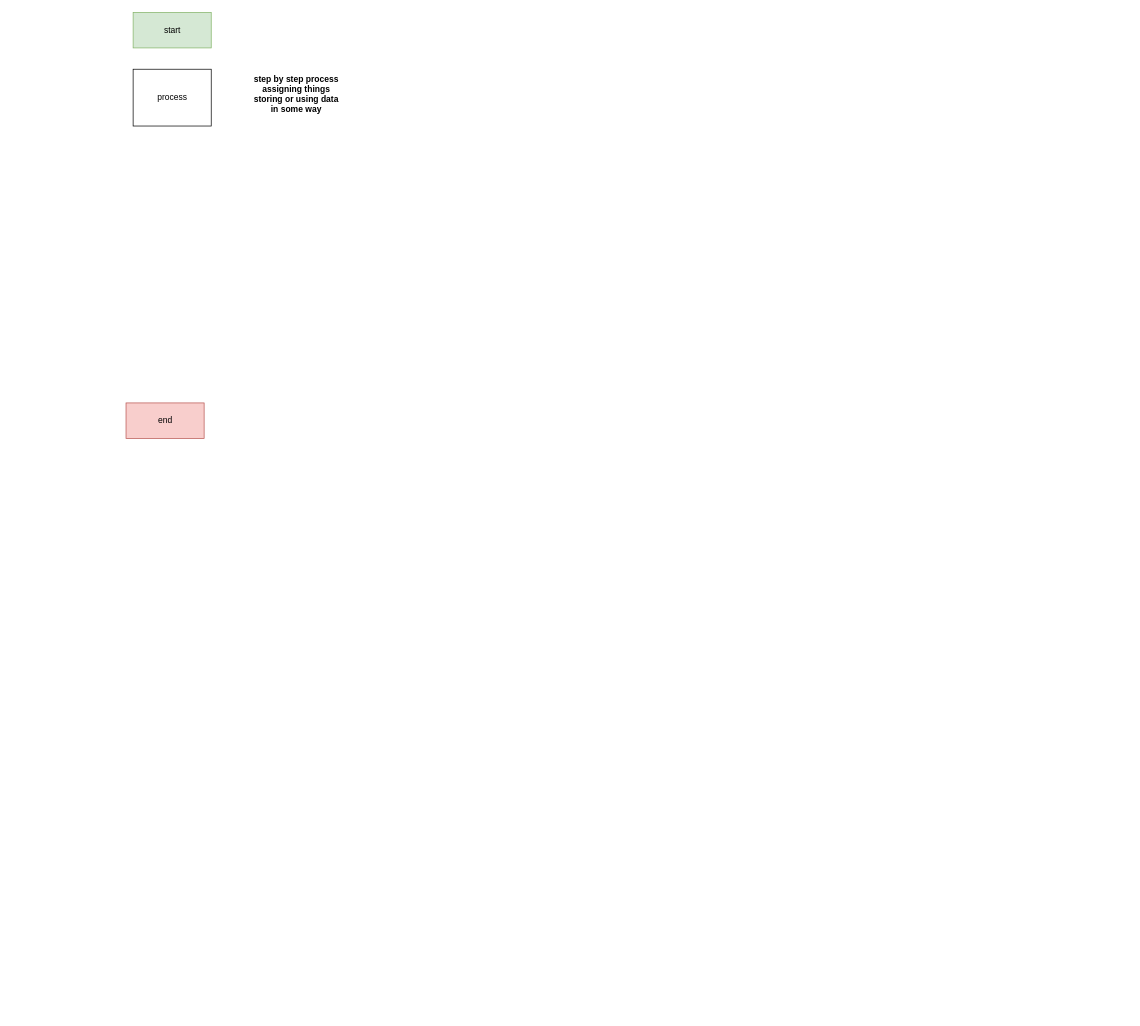
The draw.io diagram Untitled Diagram.drawio in LydiaPorter/GuessMyNumber, before the edit. Source tidied: cells renumbered, new cells numbered last; positions are measured from the earlier drawing's top-left corner, leaving out a move shared by most shapes. Both pictures are drawn from the tidied source at 71%, with x=0, y=0 at pixel (126, 12).
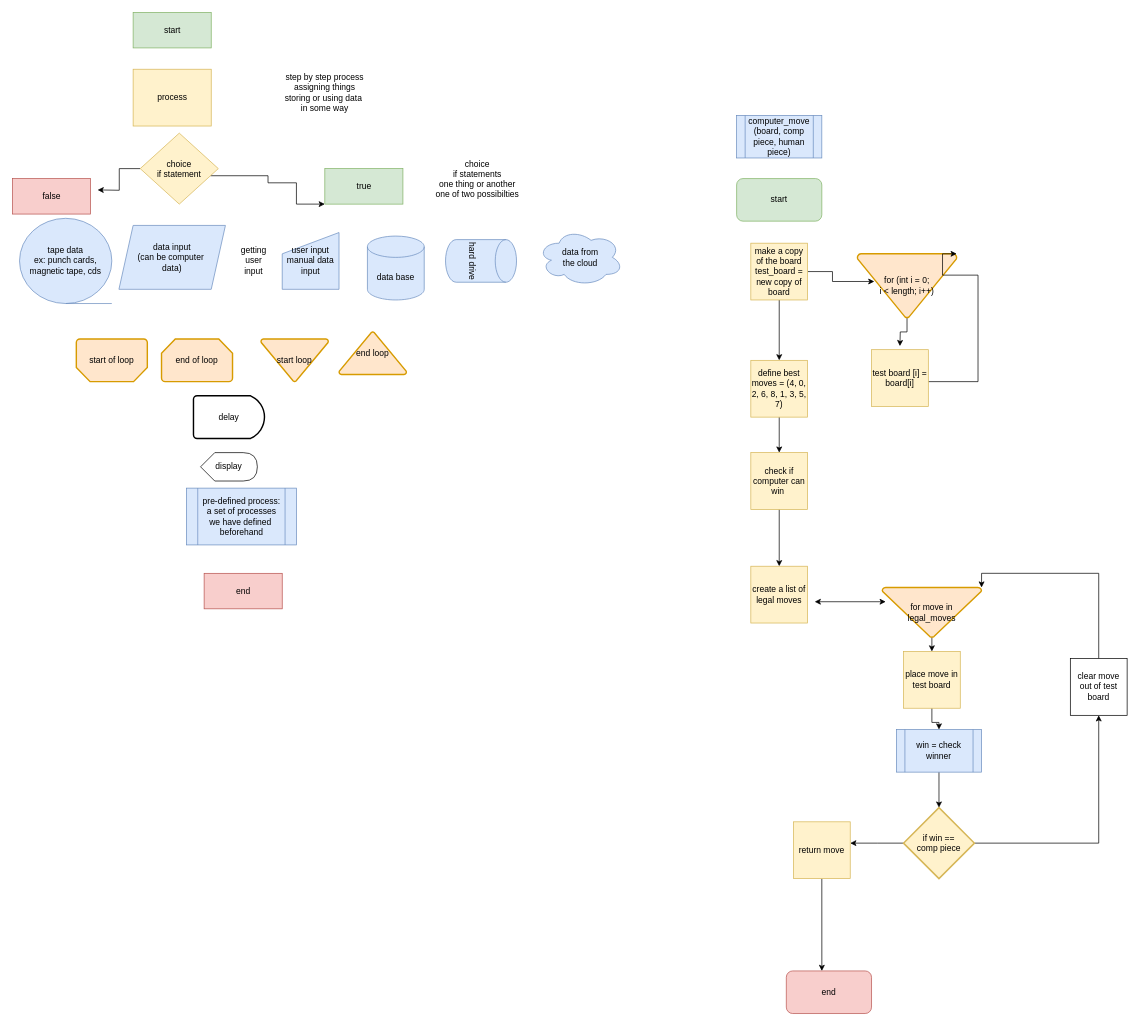
Above is the later version.

Commit message:
tic tac toe flow.drawio

The edit, as a diff of the source:
```diff
@@
     <mxCell id="3" value="end&lt;br&gt;" style="html=1;fillColor=#f8cecc;strokeColor=#b85450;" parent="1" vertex="1">
-      <mxGeometry y="550" width="110" height="50" as="geometry" />
+      <mxGeometry x="110" y="790" width="110" height="50" as="geometry" />
     </mxCell>
-    <mxCell id="4" value="process&lt;br&gt;" style="html=1;" parent="1" vertex="1">
+    <mxCell id="4" value="process&lt;br&gt;" style="html=1;fillColor=#fff2cc;strokeColor=#d6b656;" parent="1" vertex="1">
       <mxGeometry x="10" y="80" width="110" height="80" as="geometry" />
     </mxCell>
+    <mxCell id="6" style="edgeStyle=orthogonalEdgeStyle;rounded=0;jettySize=auto;html=1;" parent="1" edge="1" source="8" target="10">
+      <mxGeometry relative="1" as="geometry">
+        <Array as="points">
+          <mxPoint x="200" y="230" />
+          <mxPoint x="200" y="240" />
+          <mxPoint x="240" y="240" />
+          <mxPoint x="240" y="270" />
+        </Array>
+      </mxGeometry>
+    </mxCell>
+    <mxCell id="7" style="edgeStyle=orthogonalEdgeStyle;rounded=0;jettySize=auto;html=1;exitX=0;exitY=0.5;exitDx=0;exitDy=0;" parent="1" edge="1" source="8">
+      <mxGeometry relative="1" as="geometry">
+        <mxPoint x="-40" y="250" as="targetPoint" />
+      </mxGeometry>
+    </mxCell>
+    <mxCell id="8" value="choice &#10;if statement" style="rhombus;fillColor=#fff2cc;strokeColor=#d6b656;" parent="1" vertex="1">
+      <mxGeometry x="20" y="170" width="110" height="100" as="geometry" />
+    </mxCell>
+    <mxCell id="9" value="false" style="html=1;fillColor=#f8cecc;strokeColor=#b85450;" parent="1" vertex="1">
+      <mxGeometry x="-160" y="234" width="110" height="50" as="geometry" />
+    </mxCell>
+    <mxCell id="10" value="true" style="html=1;fillColor=#d5e8d4;strokeColor=#82b366;" parent="1" vertex="1">
+      <mxGeometry x="280" y="220" width="110" height="50" as="geometry" />
+    </mxCell>
+    <mxCell id="11" value="data input&lt;br&gt;(can be computer&amp;nbsp;&lt;br&gt;data)" style="shape=parallelogram;perimeter=parallelogramPerimeter;whiteSpace=wrap;html=1;fixedSize=1;fillColor=#dae8fc;strokeColor=#6c8ebf;" parent="1" vertex="1">
+      <mxGeometry x="-10" y="300" width="150" height="90" as="geometry" />
+    </mxCell>
+    <mxCell id="12" value="user input&lt;br&gt;manual data input" style="shape=manualInput;whiteSpace=wrap;html=1;fillColor=#dae8fc;strokeColor=#6c8ebf;" parent="1" vertex="1">
+      <mxGeometry x="220" y="310" width="80" height="80" as="geometry" />
+    </mxCell>
+    <mxCell id="13" value="tape data&lt;br&gt;ex: punch cards, magnetic tape, cds" style="shape=tapeData;whiteSpace=wrap;html=1;perimeter=ellipsePerimeter;fillColor=#dae8fc;strokeColor=#6c8ebf;" parent="1" vertex="1">
+      <mxGeometry x="-150" y="290" width="130" height="120" as="geometry" />
+    </mxCell>
+    <mxCell id="14" value="data base" style="shape=cylinder3;whiteSpace=wrap;html=1;boundedLbl=1;backgroundOutline=1;size=15;fillColor=#dae8fc;strokeColor=#6c8ebf;" parent="1" vertex="1">
+      <mxGeometry x="340" y="315" width="80" height="90" as="geometry" />
+    </mxCell>
+    <mxCell id="15" value="data from &lt;br&gt;the cloud" style="ellipse;shape=cloud;whiteSpace=wrap;html=1;fillColor=#dae8fc;strokeColor=#6c8ebf;" parent="1" vertex="1">
+      <mxGeometry x="580" y="305" width="120" height="80" as="geometry" />
+    </mxCell>
+    <mxCell id="16" value="hard drive&lt;br&gt;" style="shape=cylinder3;whiteSpace=wrap;html=1;boundedLbl=1;backgroundOutline=1;size=15;rotation=90;fillColor=#dae8fc;strokeColor=#6c8ebf;" parent="1" vertex="1">
+      <mxGeometry x="470" y="300" width="60" height="100" as="geometry" />
+    </mxCell>
-    <mxCell id="5" value="step by step process&#10;assigning things&#10;storing or using data &#10;in some way" style="text;align=center;fontStyle=1;verticalAlign=middle;spacingLeft=3;spacingRight=3;strokeColor=none;" parent="1" vertex="1">
-      <mxGeometry x="170" y="50" width="140" height="130" as="geometry" />
+    <mxCell id="5" value="step by step process&lt;br style=&quot;padding: 0px ; margin: 0px&quot;&gt;assigning things&lt;br style=&quot;padding: 0px ; margin: 0px&quot;&gt;storing or using data&amp;nbsp;&lt;br style=&quot;padding: 0px ; margin: 0px&quot;&gt;in some way" style="text;html=1;strokeColor=none;fillColor=none;align=center;verticalAlign=middle;whiteSpace=wrap;rounded=0;" parent="1" vertex="1">
+      <mxGeometry x="200" y="80" width="160" height="65" as="geometry" />
     </mxCell>
+    <mxCell id="17" value="choice&lt;br style=&quot;padding: 0px ; margin: 0px&quot;&gt;if statements&lt;br style=&quot;padding: 0px ; margin: 0px&quot;&gt;one thing or another&lt;br style=&quot;padding: 0px ; margin: 0px&quot;&gt;one of two possibilties" style="text;html=1;strokeColor=none;fillColor=none;align=center;verticalAlign=middle;whiteSpace=wrap;rounded=0;" parent="1" vertex="1">
+      <mxGeometry x="400" y="210" width="190" height="50" as="geometry" />
+    </mxCell>
+    <mxCell id="18" value="getting user input" style="text;html=1;strokeColor=none;fillColor=none;align=center;verticalAlign=middle;whiteSpace=wrap;rounded=0;" parent="1" vertex="1">
+      <mxGeometry x="160" y="340" width="40" height="20" as="geometry" />
+    </mxCell>
+    <mxCell id="19" value="start of loop" style="strokeWidth=2;html=1;shape=mxgraph.flowchart.loop_limit;whiteSpace=wrap;direction=west;fillColor=#ffe6cc;strokeColor=#d79b00;" parent="1" vertex="1">
+      <mxGeometry x="-70" y="460" width="100" height="60" as="geometry" />
+    </mxCell>
+    <mxCell id="20" value="end of loop" style="strokeWidth=2;html=1;shape=mxgraph.flowchart.loop_limit;whiteSpace=wrap;fillColor=#ffe6cc;strokeColor=#d79b00;" parent="1" vertex="1">
+      <mxGeometry x="50" y="460" width="100" height="60" as="geometry" />
+    </mxCell>
+    <mxCell id="21" value="end loop" style="strokeWidth=2;html=1;shape=mxgraph.flowchart.extract_or_measurement;whiteSpace=wrap;fillColor=#ffe6cc;strokeColor=#d79b00;" parent="1" vertex="1">
+      <mxGeometry x="300" y="450" width="95" height="60" as="geometry" />
+    </mxCell>
+    <mxCell id="22" value="start loop&lt;br&gt;" style="strokeWidth=2;html=1;shape=mxgraph.flowchart.merge_or_storage;whiteSpace=wrap;fillColor=#ffe6cc;strokeColor=#d79b00;" parent="1" vertex="1">
+      <mxGeometry x="190" y="460" width="95" height="60" as="geometry" />
+    </mxCell>
+    <mxCell id="23" value="delay&lt;br&gt;" style="strokeWidth=2;html=1;shape=mxgraph.flowchart.delay;whiteSpace=wrap;" parent="1" vertex="1">
+      <mxGeometry x="95" y="540" width="100" height="60" as="geometry" />
+    </mxCell>
+    <mxCell id="24" value="display" style="shape=display;whiteSpace=wrap;html=1;" parent="1" vertex="1">
+      <mxGeometry x="105" y="620" width="80" height="40" as="geometry" />
+    </mxCell>
+    <mxCell id="25" value="pre-defined process:&lt;br&gt;a set of processes&lt;br&gt;we have defined&amp;nbsp;&lt;br&gt;beforehand" style="shape=process;whiteSpace=wrap;html=1;backgroundOutline=1;fillColor=#dae8fc;strokeColor=#6c8ebf;" parent="1" vertex="1">
+      <mxGeometry x="85" y="670" width="155" height="80" as="geometry" />
+    </mxCell>
+    <mxCell id="26" value="computer_move&lt;br&gt;(board, comp piece, human piece)" style="shape=process;whiteSpace=wrap;html=1;backgroundOutline=1;fillColor=#dae8fc;strokeColor=#6c8ebf;" parent="1" vertex="1">
+      <mxGeometry x="860" y="145" width="120" height="60" as="geometry" />
+    </mxCell>
+    <mxCell id="27" value="start" style="rounded=1;whiteSpace=wrap;html=1;fillColor=#d5e8d4;strokeColor=#82b366;" parent="1" vertex="1">
+      <mxGeometry x="860" y="234" width="120" height="60" as="geometry" />
+    </mxCell>
+    <mxCell id="28" style="edgeStyle=orthogonalEdgeStyle;rounded=0;jettySize=auto;html=1;exitX=0.5;exitY=1;exitDx=0;exitDy=0;entryX=0.5;entryY=0;entryDx=0;entryDy=0;" parent="1" edge="1" source="30" target="36">
+      <mxGeometry relative="1" as="geometry" />
+    </mxCell>
+    <mxCell id="29" style="edgeStyle=orthogonalEdgeStyle;rounded=0;jettySize=auto;html=1;exitX=1;exitY=0.5;exitDx=0;exitDy=0;entryX=0.171;entryY=0.433;entryDx=0;entryDy=0;entryPerimeter=0;" parent="1" edge="1" source="30" target="32">
+      <mxGeometry relative="1" as="geometry" />
+    </mxCell>
+    <mxCell id="30" value="make a copy of the board&lt;br&gt;test_board = new copy of board" style="whiteSpace=wrap;html=1;fillColor=#fff2cc;strokeColor=#d6b656;" parent="1" vertex="1">
+      <mxGeometry x="880" y="325" width="80" height="80" as="geometry" />
+    </mxCell>
+    <mxCell id="31" style="edgeStyle=orthogonalEdgeStyle;rounded=0;jettySize=auto;html=1;exitX=0.5;exitY=1;exitDx=0;exitDy=0;exitPerimeter=0;" parent="1" edge="1" source="32">
+      <mxGeometry relative="1" as="geometry">
+        <mxPoint x="1090" y="470" as="targetPoint" />
+      </mxGeometry>
+    </mxCell>
+    <mxCell id="32" value="for (int i = 0;&lt;br&gt;i &amp;lt; length; i++)" style="strokeWidth=2;html=1;shape=mxgraph.flowchart.merge_or_storage;whiteSpace=wrap;fillColor=#ffe6cc;strokeColor=#d79b00;" parent="1" vertex="1">
+      <mxGeometry x="1030" y="340" width="140" height="90" as="geometry" />
+    </mxCell>
+    <mxCell id="33" style="edgeStyle=orthogonalEdgeStyle;rounded=0;jettySize=auto;html=1;entryX=1;entryY=0;entryDx=0;entryDy=0;entryPerimeter=0;" parent="1" edge="1" source="34" target="32">
+      <mxGeometry relative="1" as="geometry">
+        <Array as="points">
+          <mxPoint x="1200" y="520" />
+          <mxPoint x="1200" y="370" />
+          <mxPoint x="1150" y="370" />
+          <mxPoint x="1150" y="340" />
+        </Array>
+      </mxGeometry>
+    </mxCell>
+    <mxCell id="34" value="test board [i] = board[i]" style="whiteSpace=wrap;html=1;fillColor=#fff2cc;strokeColor=#d6b656;" parent="1" vertex="1">
+      <mxGeometry x="1050" y="475" width="80" height="80" as="geometry" />
+    </mxCell>
+    <mxCell id="35" style="edgeStyle=orthogonalEdgeStyle;rounded=0;jettySize=auto;html=1;exitX=0.5;exitY=1;exitDx=0;exitDy=0;" parent="1" edge="1" source="36" target="38">
+      <mxGeometry relative="1" as="geometry" />
+    </mxCell>
+    <mxCell id="36" value="define best moves = (4, 0, 2, 6, 8, 1, 3, 5, 7)" style="whiteSpace=wrap;html=1;fillColor=#fff2cc;strokeColor=#d6b656;" parent="1" vertex="1">
+      <mxGeometry x="880" y="490" width="80" height="80" as="geometry" />
+    </mxCell>
+    <mxCell id="37" style="edgeStyle=orthogonalEdgeStyle;rounded=0;jettySize=auto;html=1;exitX=0.5;exitY=1;exitDx=0;exitDy=0;" parent="1" edge="1" source="38" target="39">
+      <mxGeometry relative="1" as="geometry" />
+    </mxCell>
+    <mxCell id="38" value="check if computer can win&amp;nbsp;&lt;br&gt;" style="whiteSpace=wrap;html=1;fillColor=#fff2cc;strokeColor=#d6b656;" parent="1" vertex="1">
+      <mxGeometry x="880" y="620" width="80" height="80" as="geometry" />
+    </mxCell>
+    <mxCell id="39" value="create a list of legal moves" style="whiteSpace=wrap;html=1;fillColor=#fff2cc;strokeColor=#d6b656;" parent="1" vertex="1">
+      <mxGeometry x="880" y="780" width="80" height="80" as="geometry" />
+    </mxCell>
+    <mxCell id="40" style="edgeStyle=orthogonalEdgeStyle;rounded=0;jettySize=auto;html=1;exitX=0.5;exitY=1;exitDx=0;exitDy=0;exitPerimeter=0;entryX=0.5;entryY=0;entryDx=0;entryDy=0;" parent="1" edge="1" source="41" target="44">
+      <mxGeometry relative="1" as="geometry" />
+    </mxCell>
+    <mxCell id="41" value="for move in &lt;br&gt;legal_moves" style="strokeWidth=2;html=1;shape=mxgraph.flowchart.merge_or_storage;whiteSpace=wrap;fillColor=#ffe6cc;strokeColor=#d79b00;" parent="1" vertex="1">
+      <mxGeometry x="1065" y="810" width="140" height="70" as="geometry" />
+    </mxCell>
+    <mxCell id="42" style="endArrow=classic;startArrow=classic;html=1;" parent="1" edge="1">
+      <mxGeometry relative="1" as="geometry">
+        <mxPoint x="970" y="830" as="sourcePoint" />
+        <mxPoint x="1070" y="830" as="targetPoint" />
+      </mxGeometry>
+    </mxCell>
+    <mxCell id="43" style="edgeStyle=orthogonalEdgeStyle;rounded=0;jettySize=auto;html=1;" parent="1" edge="1" source="44" target="47">
+      <mxGeometry relative="1" as="geometry" />
+    </mxCell>
+    <mxCell id="44" value="place move in test board" style="whiteSpace=wrap;html=1;fillColor=#fff2cc;strokeColor=#d6b656;" parent="1" vertex="1">
+      <mxGeometry x="1095" y="900" width="80" height="80" as="geometry" />
+    </mxCell>
+    <mxCell id="45" value="end" style="rounded=1;whiteSpace=wrap;html=1;fillColor=#f8cecc;strokeColor=#b85450;" parent="1" vertex="1">
+      <mxGeometry x="930" y="1350" width="120" height="60" as="geometry" />
+    </mxCell>
+    <mxCell id="46" style="edgeStyle=orthogonalEdgeStyle;rounded=0;jettySize=auto;html=1;exitX=0.5;exitY=1;exitDx=0;exitDy=0;" parent="1" edge="1" source="47" target="50">
+      <mxGeometry relative="1" as="geometry" />
+    </mxCell>
+    <mxCell id="47" value="win = check winner" style="shape=process;whiteSpace=wrap;html=1;backgroundOutline=1;fillColor=#dae8fc;strokeColor=#6c8ebf;" parent="1" vertex="1">
+      <mxGeometry x="1085" y="1010" width="120" height="60" as="geometry" />
+    </mxCell>
+    <mxCell id="48" style="edgeStyle=orthogonalEdgeStyle;rounded=0;jettySize=auto;html=1;exitX=0;exitY=0.5;exitDx=0;exitDy=0;exitPerimeter=0;" parent="1" edge="1" source="50">
+      <mxGeometry relative="1" as="geometry">
+        <mxPoint x="1020" y="1170" as="targetPoint" />
+      </mxGeometry>
+    </mxCell>
+    <mxCell id="49" style="edgeStyle=orthogonalEdgeStyle;rounded=0;jettySize=auto;html=1;exitX=1;exitY=0.5;exitDx=0;exitDy=0;exitPerimeter=0;entryX=0.5;entryY=1;entryDx=0;entryDy=0;" parent="1" edge="1" source="50" target="54">
+      <mxGeometry relative="1" as="geometry" />
+    </mxCell>
+    <mxCell id="50" value="if win == &lt;br&gt;comp piece" style="strokeWidth=2;html=1;shape=mxgraph.flowchart.decision;whiteSpace=wrap;fillColor=#fff2cc;strokeColor=#d6b656;" parent="1" vertex="1">
+      <mxGeometry x="1095" y="1120" width="100" height="100" as="geometry" />
+    </mxCell>
+    <mxCell id="51" style="edgeStyle=orthogonalEdgeStyle;rounded=0;jettySize=auto;html=1;exitX=0.5;exitY=1;exitDx=0;exitDy=0;entryX=0.417;entryY=0;entryDx=0;entryDy=0;entryPerimeter=0;" parent="1" edge="1" source="52" target="45">
+      <mxGeometry relative="1" as="geometry" />
+    </mxCell>
+    <mxCell id="52" value="return move" style="whiteSpace=wrap;html=1;fillColor=#fff2cc;strokeColor=#d6b656;" parent="1" vertex="1">
+      <mxGeometry x="940" y="1140" width="80" height="80" as="geometry" />
+    </mxCell>
+    <mxCell id="53" style="edgeStyle=orthogonalEdgeStyle;rounded=0;jettySize=auto;html=1;exitX=0.5;exitY=0;exitDx=0;exitDy=0;entryX=1;entryY=0;entryDx=0;entryDy=0;entryPerimeter=0;" parent="1" edge="1" source="54" target="41">
+      <mxGeometry relative="1" as="geometry" />
+    </mxCell>
+    <mxCell id="54" value="clear move out of test board" style="whiteSpace=wrap;html=1;" parent="1" vertex="1">
+      <mxGeometry x="1330" y="910" width="80" height="80" as="geometry" />
+    </mxCell>
```
